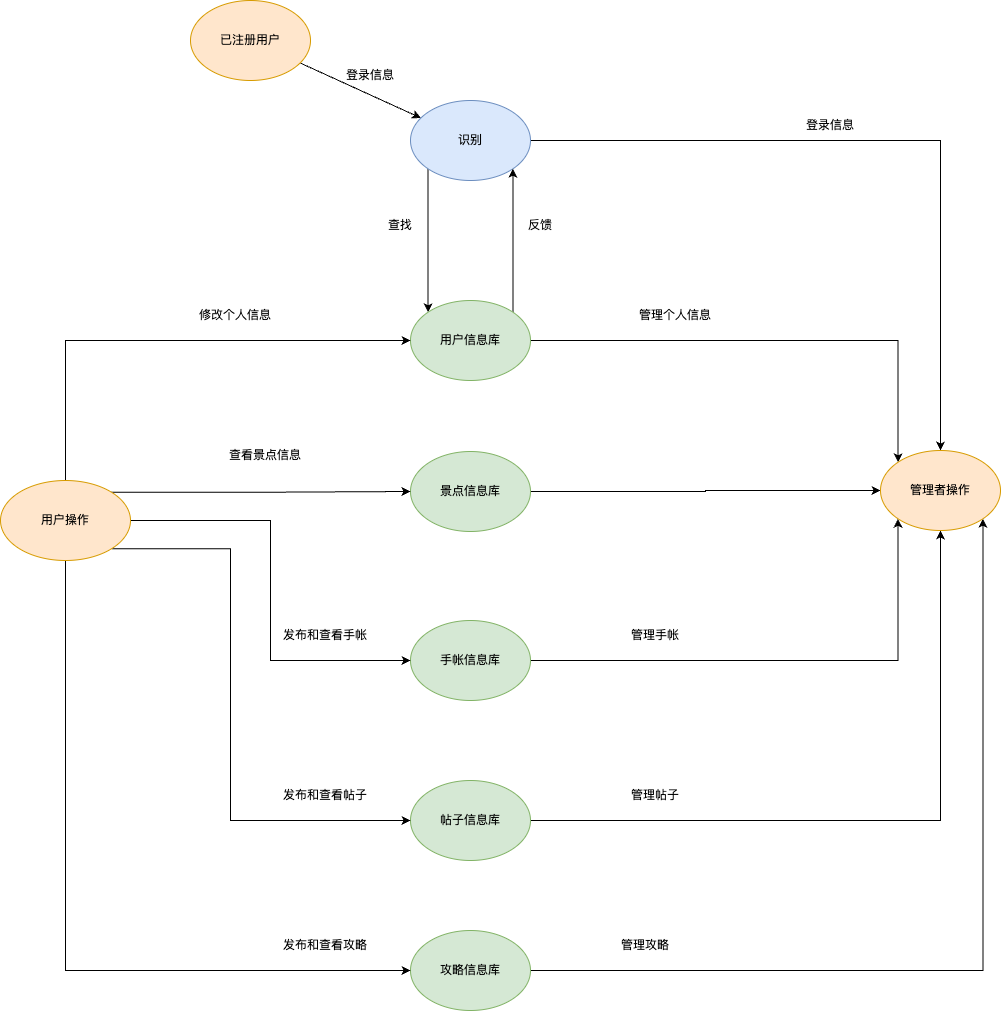
Before: images/Dataflow.png, a diagram exported from draw.io (zhengyunkun/2024-Software-Engineering). Source tidied: cells renumbered, new cells last; positions are measured from the earlier drawing's top-left corner, leaving out a move shared by most shapes.
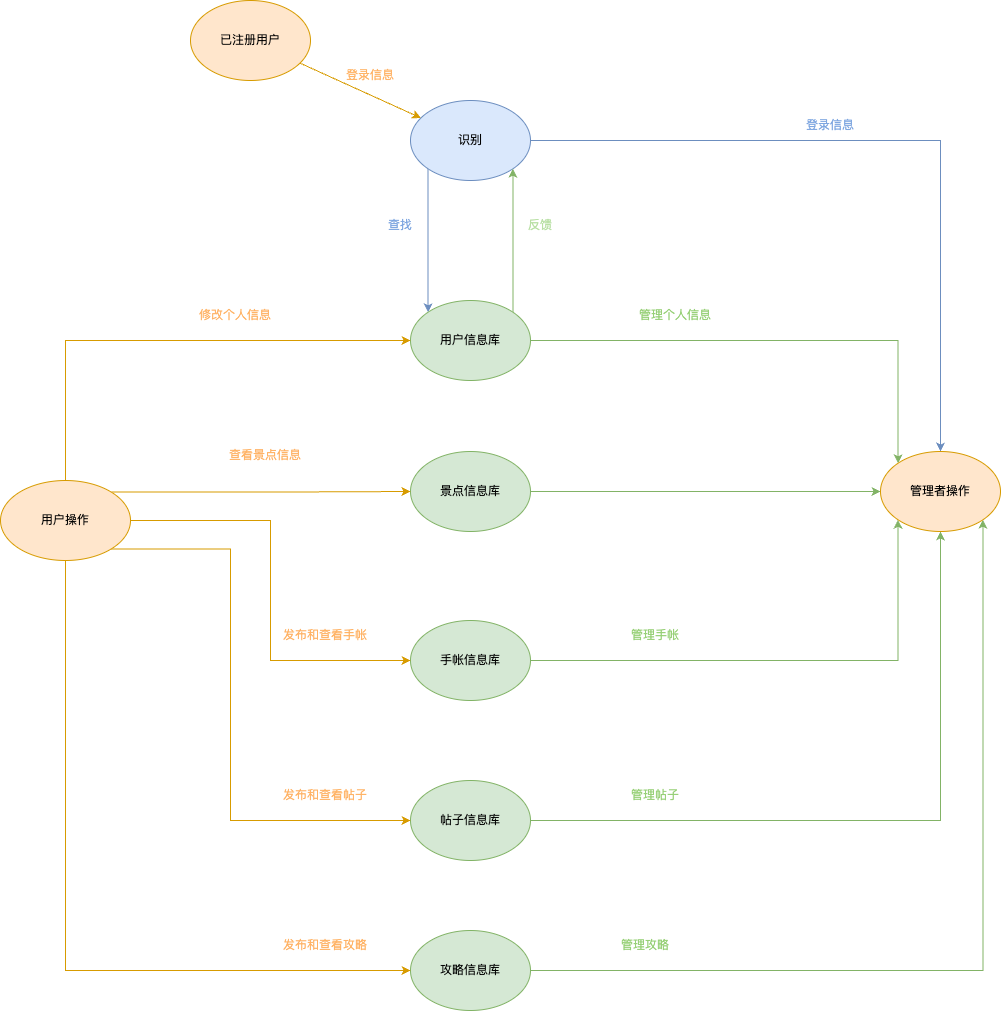
The same diagram one commit later.

Diff of the diagram source:
```diff
@@ -2,67 +2,67 @@
   <root>
     <mxCell id="0" />
     <mxCell id="1" parent="0" />
-    <mxCell id="2" style="jettySize=auto;html=1;rounded=0;" parent="1" edge="1" source="3" target="6">
+    <mxCell id="2" style="jettySize=auto;html=1;rounded=0;fillColor=#ffe6cc;strokeColor=#d79b00;" parent="1" edge="1" source="3" target="6">
       <mxGeometry relative="1" as="geometry" />
     </mxCell>
     <mxCell id="3" value="已注册用户" style="ellipse;whiteSpace=wrap;html=1;fillColor=#ffe6cc;strokeColor=#d79b00;" parent="1" vertex="1">
       <mxGeometry x="190" width="120" height="80" as="geometry" />
     </mxCell>
-    <mxCell id="4" style="edgeStyle=orthogonalEdgeStyle;rounded=0;jettySize=auto;html=1;exitX=0;exitY=1;exitDx=0;exitDy=0;entryX=0;entryY=0;entryDx=0;entryDy=0;" parent="1" edge="1" source="6" target="10">
+    <mxCell id="4" style="edgeStyle=orthogonalEdgeStyle;rounded=0;jettySize=auto;html=1;exitX=0;exitY=1;exitDx=0;exitDy=0;entryX=0;entryY=0;entryDx=0;entryDy=0;fillColor=#dae8fc;strokeColor=#6c8ebf;" parent="1" edge="1" source="6" target="10">
       <mxGeometry relative="1" as="geometry" />
     </mxCell>
-    <mxCell id="5" style="edgeStyle=orthogonalEdgeStyle;rounded=0;jettySize=auto;html=1;exitX=1;exitY=0.5;exitDx=0;exitDy=0;entryX=0.5;entryY=0;entryDx=0;entryDy=0;" parent="1" edge="1" source="6" target="21">
+    <mxCell id="5" style="edgeStyle=orthogonalEdgeStyle;rounded=0;jettySize=auto;html=1;exitX=1;exitY=0.5;exitDx=0;exitDy=0;entryX=0.5;entryY=0;entryDx=0;entryDy=0;fillColor=#dae8fc;strokeColor=#6c8ebf;" parent="1" edge="1" source="6" target="21">
       <mxGeometry relative="1" as="geometry" />
     </mxCell>
     <mxCell id="6" value="识别" style="ellipse;whiteSpace=wrap;html=1;fillColor=#dae8fc;strokeColor=#6c8ebf;" parent="1" vertex="1">
       <mxGeometry x="410" y="100" width="120" height="80" as="geometry" />
     </mxCell>
-    <mxCell id="7" value="登录信息" style="text;html=1;align=center;verticalAlign=middle;whiteSpace=wrap;rounded=0;" parent="1" vertex="1">
+    <mxCell id="7" value="&lt;font color=&quot;#ffb366&quot;&gt;登录信息&lt;/font&gt;" style="text;html=1;align=center;verticalAlign=middle;whiteSpace=wrap;rounded=0;" parent="1" vertex="1">
       <mxGeometry x="340" y="60" width="60" height="30" as="geometry" />
     </mxCell>
-    <mxCell id="8" style="edgeStyle=orthogonalEdgeStyle;rounded=0;jettySize=auto;html=1;exitX=1;exitY=0;exitDx=0;exitDy=0;entryX=1;entryY=1;entryDx=0;entryDy=0;" parent="1" edge="1" source="10" target="6">
+    <mxCell id="8" style="edgeStyle=orthogonalEdgeStyle;rounded=0;jettySize=auto;html=1;exitX=1;exitY=0;exitDx=0;exitDy=0;entryX=1;entryY=1;entryDx=0;entryDy=0;fillColor=#d5e8d4;strokeColor=#82b366;" parent="1" edge="1" source="10" target="6">
       <mxGeometry relative="1" as="geometry" />
     </mxCell>
-    <mxCell id="9" style="edgeStyle=orthogonalEdgeStyle;rounded=0;jettySize=auto;html=1;exitX=1;exitY=0.5;exitDx=0;exitDy=0;entryX=0;entryY=0;entryDx=0;entryDy=0;" parent="1" edge="1" source="10" target="21">
+    <mxCell id="9" style="edgeStyle=orthogonalEdgeStyle;rounded=0;jettySize=auto;html=1;exitX=1;exitY=0.5;exitDx=0;exitDy=0;entryX=0;entryY=0;entryDx=0;entryDy=0;fillColor=#d5e8d4;strokeColor=#82b366;" parent="1" edge="1" source="10" target="21">
       <mxGeometry relative="1" as="geometry" />
     </mxCell>
     <mxCell id="10" value="用户信息库" style="ellipse;whiteSpace=wrap;html=1;fillColor=#d5e8d4;strokeColor=#82b366;" parent="1" vertex="1">
       <mxGeometry x="410" y="300" width="120" height="80" as="geometry" />
     </mxCell>
-    <mxCell id="11" style="edgeStyle=orthogonalEdgeStyle;rounded=0;jettySize=auto;html=1;exitX=1;exitY=0.5;exitDx=0;exitDy=0;entryX=0;entryY=1;entryDx=0;entryDy=0;" parent="1" edge="1" source="12" target="21">
+    <mxCell id="11" style="edgeStyle=orthogonalEdgeStyle;rounded=0;jettySize=auto;html=1;exitX=1;exitY=0.5;exitDx=0;exitDy=0;entryX=0;entryY=1;entryDx=0;entryDy=0;fillColor=#d5e8d4;strokeColor=#82b366;" parent="1" edge="1" source="12" target="21">
       <mxGeometry relative="1" as="geometry" />
     </mxCell>
     <mxCell id="12" value="手帐信息库" style="ellipse;whiteSpace=wrap;html=1;fillColor=#d5e8d4;strokeColor=#82b366;" parent="1" vertex="1">
       <mxGeometry x="410" y="620" width="120" height="80" as="geometry" />
     </mxCell>
-    <mxCell id="13" style="edgeStyle=orthogonalEdgeStyle;rounded=0;jettySize=auto;html=1;exitX=1;exitY=0.5;exitDx=0;exitDy=0;entryX=0.5;entryY=1;entryDx=0;entryDy=0;" parent="1" edge="1" source="14" target="21">
+    <mxCell id="13" style="edgeStyle=orthogonalEdgeStyle;rounded=0;jettySize=auto;html=1;exitX=1;exitY=0.5;exitDx=0;exitDy=0;entryX=0.5;entryY=1;entryDx=0;entryDy=0;fillColor=#d5e8d4;strokeColor=#82b366;" parent="1" edge="1" source="14" target="21">
       <mxGeometry relative="1" as="geometry" />
     </mxCell>
     <mxCell id="14" value="帖子信息库" style="ellipse;whiteSpace=wrap;html=1;fillColor=#d5e8d4;strokeColor=#82b366;" parent="1" vertex="1">
       <mxGeometry x="410" y="780" width="120" height="80" as="geometry" />
     </mxCell>
-    <mxCell id="15" style="edgeStyle=orthogonalEdgeStyle;rounded=0;jettySize=auto;html=1;exitX=1;exitY=0.5;exitDx=0;exitDy=0;entryX=1;entryY=1;entryDx=0;entryDy=0;" parent="1" edge="1" source="16" target="21">
+    <mxCell id="15" style="edgeStyle=orthogonalEdgeStyle;rounded=0;jettySize=auto;html=1;exitX=1;exitY=0.5;exitDx=0;exitDy=0;entryX=1;entryY=1;entryDx=0;entryDy=0;fillColor=#d5e8d4;strokeColor=#82b366;" parent="1" edge="1" source="16" target="21">
       <mxGeometry relative="1" as="geometry" />
     </mxCell>
     <mxCell id="16" value="攻略信息库" style="ellipse;whiteSpace=wrap;html=1;fillColor=#d5e8d4;strokeColor=#82b366;" parent="1" vertex="1">
       <mxGeometry x="410" y="930" width="120" height="80" as="geometry" />
     </mxCell>
-    <mxCell id="17" style="edgeStyle=orthogonalEdgeStyle;rounded=0;jettySize=auto;html=1;exitX=1;exitY=0.5;exitDx=0;exitDy=0;entryX=0;entryY=0.5;entryDx=0;entryDy=0;" parent="1" edge="1" source="18" target="21">
+    <mxCell id="17" style="edgeStyle=orthogonalEdgeStyle;rounded=0;jettySize=auto;html=1;exitX=1;exitY=0.5;exitDx=0;exitDy=0;entryX=0;entryY=0.5;entryDx=0;entryDy=0;fillColor=#d5e8d4;strokeColor=#82b366;" parent="1" edge="1" source="18" target="21">
       <mxGeometry relative="1" as="geometry" />
     </mxCell>
     <mxCell id="18" value="景点信息库" style="ellipse;whiteSpace=wrap;html=1;fillColor=#d5e8d4;strokeColor=#82b366;" parent="1" vertex="1">
       <mxGeometry x="410" y="451" width="120" height="80" as="geometry" />
     </mxCell>
-    <mxCell id="19" value="查找" style="text;html=1;align=center;verticalAlign=middle;whiteSpace=wrap;rounded=0;" parent="1" vertex="1">
+    <mxCell id="19" value="&lt;font color=&quot;#7ea6e0&quot;&gt;查找&lt;/font&gt;" style="text;html=1;align=center;verticalAlign=middle;whiteSpace=wrap;rounded=0;" parent="1" vertex="1">
       <mxGeometry x="370" y="210" width="60" height="30" as="geometry" />
     </mxCell>
-    <mxCell id="20" value="反馈" style="text;html=1;align=center;verticalAlign=middle;whiteSpace=wrap;rounded=0;" parent="1" vertex="1">
+    <mxCell id="20" value="&lt;font color=&quot;#b9e0a5&quot;&gt;反馈&lt;/font&gt;" style="text;html=1;align=center;verticalAlign=middle;whiteSpace=wrap;rounded=0;" parent="1" vertex="1">
       <mxGeometry x="510" y="210" width="60" height="30" as="geometry" />
     </mxCell>
     <mxCell id="21" value="管理者操作" style="ellipse;whiteSpace=wrap;html=1;fillColor=#ffe6cc;strokeColor=#d79b00;" parent="1" vertex="1">
-      <mxGeometry x="880" y="450" width="120" height="80" as="geometry" />
+      <mxGeometry x="880" y="451" width="120" height="80" as="geometry" />
     </mxCell>
-    <mxCell id="22" style="edgeStyle=orthogonalEdgeStyle;rounded=0;jettySize=auto;html=1;exitX=1;exitY=0;exitDx=0;exitDy=0;entryX=0;entryY=0.5;entryDx=0;entryDy=0;" parent="1" edge="1" source="28" target="18">
+    <mxCell id="22" style="edgeStyle=orthogonalEdgeStyle;rounded=0;jettySize=auto;html=1;exitX=1;exitY=0;exitDx=0;exitDy=0;entryX=0;entryY=0.5;entryDx=0;entryDy=0;fillColor=#ffe6cc;strokeColor=#d79b00;" parent="1" edge="1" source="28" target="18">
       <mxGeometry relative="1" as="geometry" />
     </mxCell>
     <mxCell id="23" style="edgeStyle=orthogonalEdgeStyle;rounded=0;jettySize=auto;html=1;exitX=1;exitY=0.5;exitDx=0;exitDy=0;" parent="1" edge="1" source="28">
@@ -70,10 +70,10 @@
         <mxPoint x="130.2" y="520.4" as="targetPoint" />
       </mxGeometry>
     </mxCell>
-    <mxCell id="24" style="edgeStyle=orthogonalEdgeStyle;rounded=0;jettySize=auto;html=1;exitX=1;exitY=0.5;exitDx=0;exitDy=0;entryX=0;entryY=0.5;entryDx=0;entryDy=0;" parent="1" edge="1" source="28" target="12">
+    <mxCell id="24" style="edgeStyle=orthogonalEdgeStyle;rounded=0;jettySize=auto;html=1;exitX=1;exitY=0.5;exitDx=0;exitDy=0;entryX=0;entryY=0.5;entryDx=0;entryDy=0;fillColor=#ffe6cc;strokeColor=#d79b00;" parent="1" edge="1" source="28" target="12">
       <mxGeometry relative="1" as="geometry" />
     </mxCell>
-    <mxCell id="25" style="edgeStyle=orthogonalEdgeStyle;rounded=0;jettySize=auto;html=1;exitX=1;exitY=1;exitDx=0;exitDy=0;entryX=0;entryY=0.5;entryDx=0;entryDy=0;" parent="1" edge="1" source="28" target="14">
+    <mxCell id="25" style="edgeStyle=orthogonalEdgeStyle;rounded=0;jettySize=auto;html=1;exitX=1;exitY=1;exitDx=0;exitDy=0;entryX=0;entryY=0.5;entryDx=0;entryDy=0;fillColor=#ffe6cc;strokeColor=#d79b00;" parent="1" edge="1" source="28" target="14">
       <mxGeometry relative="1" as="geometry">
         <Array as="points">
           <mxPoint x="230" y="548" />
@@ -81,43 +81,43 @@
         </Array>
       </mxGeometry>
     </mxCell>
-    <mxCell id="26" style="edgeStyle=orthogonalEdgeStyle;rounded=0;jettySize=auto;html=1;exitX=0.5;exitY=1;exitDx=0;exitDy=0;entryX=0;entryY=0.5;entryDx=0;entryDy=0;" parent="1" edge="1" source="28" target="16">
+    <mxCell id="26" style="edgeStyle=orthogonalEdgeStyle;rounded=0;jettySize=auto;html=1;exitX=0.5;exitY=1;exitDx=0;exitDy=0;entryX=0;entryY=0.5;entryDx=0;entryDy=0;fillColor=#ffe6cc;strokeColor=#d79b00;" parent="1" edge="1" source="28" target="16">
       <mxGeometry relative="1" as="geometry" />
     </mxCell>
-    <mxCell id="27" style="edgeStyle=orthogonalEdgeStyle;rounded=0;jettySize=auto;html=1;exitX=0.5;exitY=0;exitDx=0;exitDy=0;entryX=0;entryY=0.5;entryDx=0;entryDy=0;" parent="1" edge="1" source="28" target="10">
+    <mxCell id="27" style="edgeStyle=orthogonalEdgeStyle;rounded=0;jettySize=auto;html=1;exitX=0.5;exitY=0;exitDx=0;exitDy=0;entryX=0;entryY=0.5;entryDx=0;entryDy=0;fillColor=#ffe6cc;strokeColor=#d79b00;" parent="1" edge="1" source="28" target="10">
       <mxGeometry relative="1" as="geometry" />
     </mxCell>
     <mxCell id="28" value="用户操作" style="ellipse;whiteSpace=wrap;html=1;fillColor=#ffe6cc;strokeColor=#d79b00;" parent="1" vertex="1">
       <mxGeometry y="480" width="130" height="80" as="geometry" />
     </mxCell>
-    <mxCell id="29" value="登录信息" style="text;html=1;align=center;verticalAlign=middle;whiteSpace=wrap;rounded=0;" parent="1" vertex="1">
+    <mxCell id="29" value="&lt;font color=&quot;#7ea6e0&quot;&gt;登录信息&lt;/font&gt;" style="text;html=1;align=center;verticalAlign=middle;whiteSpace=wrap;rounded=0;" parent="1" vertex="1">
       <mxGeometry x="800" y="110" width="60" height="30" as="geometry" />
     </mxCell>
-    <mxCell id="30" value="修改个人信息" style="text;html=1;align=center;verticalAlign=middle;whiteSpace=wrap;rounded=0;" parent="1" vertex="1">
+    <mxCell id="30" value="&lt;font color=&quot;#ffb366&quot;&gt;修改个人信息&lt;/font&gt;" style="text;html=1;align=center;verticalAlign=middle;whiteSpace=wrap;rounded=0;" parent="1" vertex="1">
       <mxGeometry x="190" y="300" width="90" height="30" as="geometry" />
     </mxCell>
-    <mxCell id="31" value="管理个人信息" style="text;html=1;align=center;verticalAlign=middle;whiteSpace=wrap;rounded=0;" parent="1" vertex="1">
+    <mxCell id="31" value="&lt;font color=&quot;#97d077&quot;&gt;管理个人信息&lt;/font&gt;" style="text;html=1;align=center;verticalAlign=middle;whiteSpace=wrap;rounded=0;" parent="1" vertex="1">
       <mxGeometry x="630" y="300" width="90" height="30" as="geometry" />
     </mxCell>
-    <mxCell id="32" value="查看景点信息" style="text;html=1;align=center;verticalAlign=middle;whiteSpace=wrap;rounded=0;" parent="1" vertex="1">
+    <mxCell id="32" value="&lt;font color=&quot;#ffb366&quot;&gt;查看景点信息&lt;/font&gt;" style="text;html=1;align=center;verticalAlign=middle;whiteSpace=wrap;rounded=0;" parent="1" vertex="1">
       <mxGeometry x="220" y="440" width="90" height="30" as="geometry" />
     </mxCell>
-    <mxCell id="33" value="发布和查看手帐" style="text;html=1;align=center;verticalAlign=middle;whiteSpace=wrap;rounded=0;" parent="1" vertex="1">
+    <mxCell id="33" value="&lt;font color=&quot;#ffb366&quot;&gt;发布和查看手帐&lt;/font&gt;" style="text;html=1;align=center;verticalAlign=middle;whiteSpace=wrap;rounded=0;" parent="1" vertex="1">
       <mxGeometry x="280" y="620" width="90" height="30" as="geometry" />
     </mxCell>
-    <mxCell id="34" value="发布和查看帖子" style="text;html=1;align=center;verticalAlign=middle;whiteSpace=wrap;rounded=0;" parent="1" vertex="1">
+    <mxCell id="34" value="&lt;font color=&quot;#ffb366&quot;&gt;发布和查看帖子&lt;/font&gt;" style="text;html=1;align=center;verticalAlign=middle;whiteSpace=wrap;rounded=0;" parent="1" vertex="1">
       <mxGeometry x="280" y="780" width="90" height="30" as="geometry" />
     </mxCell>
-    <mxCell id="35" value="发布和查看攻略" style="text;html=1;align=center;verticalAlign=middle;whiteSpace=wrap;rounded=0;" parent="1" vertex="1">
+    <mxCell id="35" value="&lt;font color=&quot;#ffb366&quot;&gt;发布和查看攻略&lt;/font&gt;" style="text;html=1;align=center;verticalAlign=middle;whiteSpace=wrap;rounded=0;" parent="1" vertex="1">
       <mxGeometry x="280" y="930" width="90" height="30" as="geometry" />
     </mxCell>
-    <mxCell id="36" value="管理手帐" style="text;html=1;align=center;verticalAlign=middle;whiteSpace=wrap;rounded=0;" parent="1" vertex="1">
+    <mxCell id="36" value="&lt;font color=&quot;#97d077&quot;&gt;管理手帐&lt;/font&gt;" style="text;html=1;align=center;verticalAlign=middle;whiteSpace=wrap;rounded=0;" parent="1" vertex="1">
       <mxGeometry x="610" y="620" width="90" height="30" as="geometry" />
     </mxCell>
-    <mxCell id="37" value="管理帖子" style="text;html=1;align=center;verticalAlign=middle;whiteSpace=wrap;rounded=0;" parent="1" vertex="1">
+    <mxCell id="37" value="&lt;font color=&quot;#97d077&quot;&gt;管理帖子&lt;/font&gt;" style="text;html=1;align=center;verticalAlign=middle;whiteSpace=wrap;rounded=0;" parent="1" vertex="1">
       <mxGeometry x="610" y="780" width="90" height="30" as="geometry" />
     </mxCell>
-    <mxCell id="38" value="管理攻略" style="text;html=1;align=center;verticalAlign=middle;whiteSpace=wrap;rounded=0;" parent="1" vertex="1">
+    <mxCell id="38" value="&lt;font color=&quot;#97d077&quot;&gt;管理攻略&lt;/font&gt;" style="text;html=1;align=center;verticalAlign=middle;whiteSpace=wrap;rounded=0;" parent="1" vertex="1">
       <mxGeometry x="600" y="930" width="90" height="30" as="geometry" />
     </mxCell>
   </root>
```
